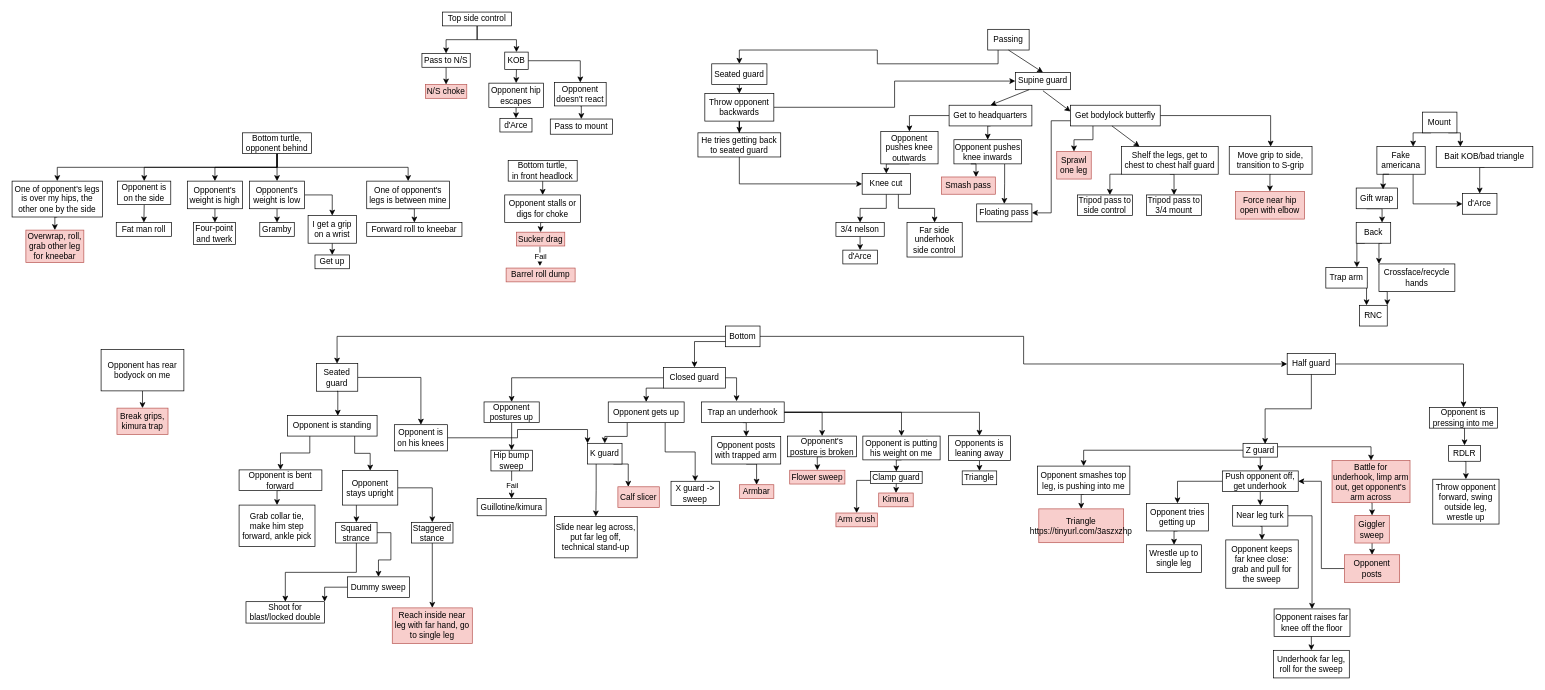
Above: JJB.drawio in Bertrand31/BJJ-flowchart (draw.io), before the change. Source tidied: cells renumbered, new cells numbered last; positions are measured from the earlier drawing's top-left corner, leaving out a move shared by most shapes. Both pictures are drawn from the tidied source at 69%, with x=0, y=0 at pixel (12, 12).
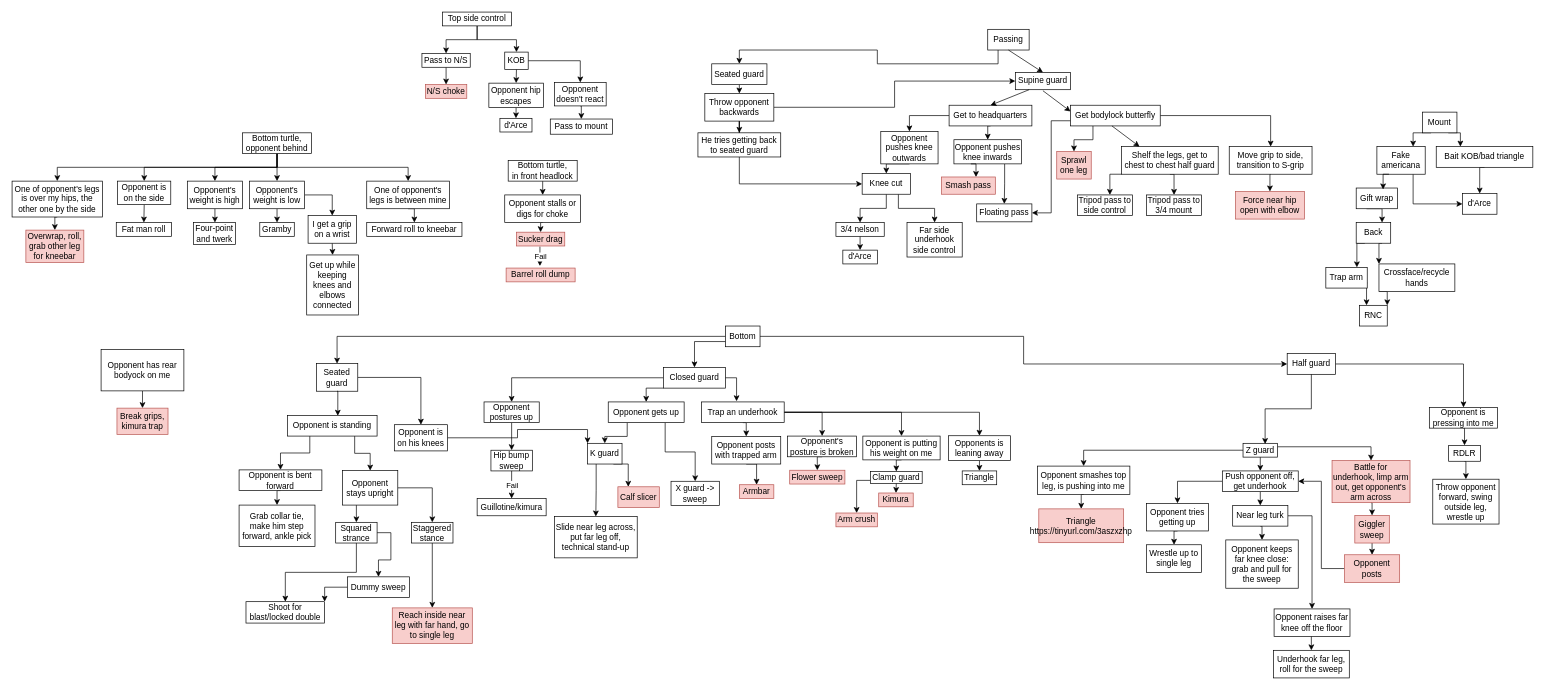
The same diagram, later.

Commit message:
Getting up from turtle - added detail

Change to the diagram source:
```diff
@@
-    <mxCell id="155" value="Get up" style="whiteSpace=wrap;html=1;" parent="1" vertex="1">
-      <mxGeometry x="439" y="352" width="50" height="20" as="geometry" />
+    <mxCell id="155" value="Get up while keeping knees and elbows connected" style="whiteSpace=wrap;html=1;" parent="1" vertex="1">
+      <mxGeometry x="427" y="352" width="75" height="87" as="geometry" />
     </mxCell>
```
